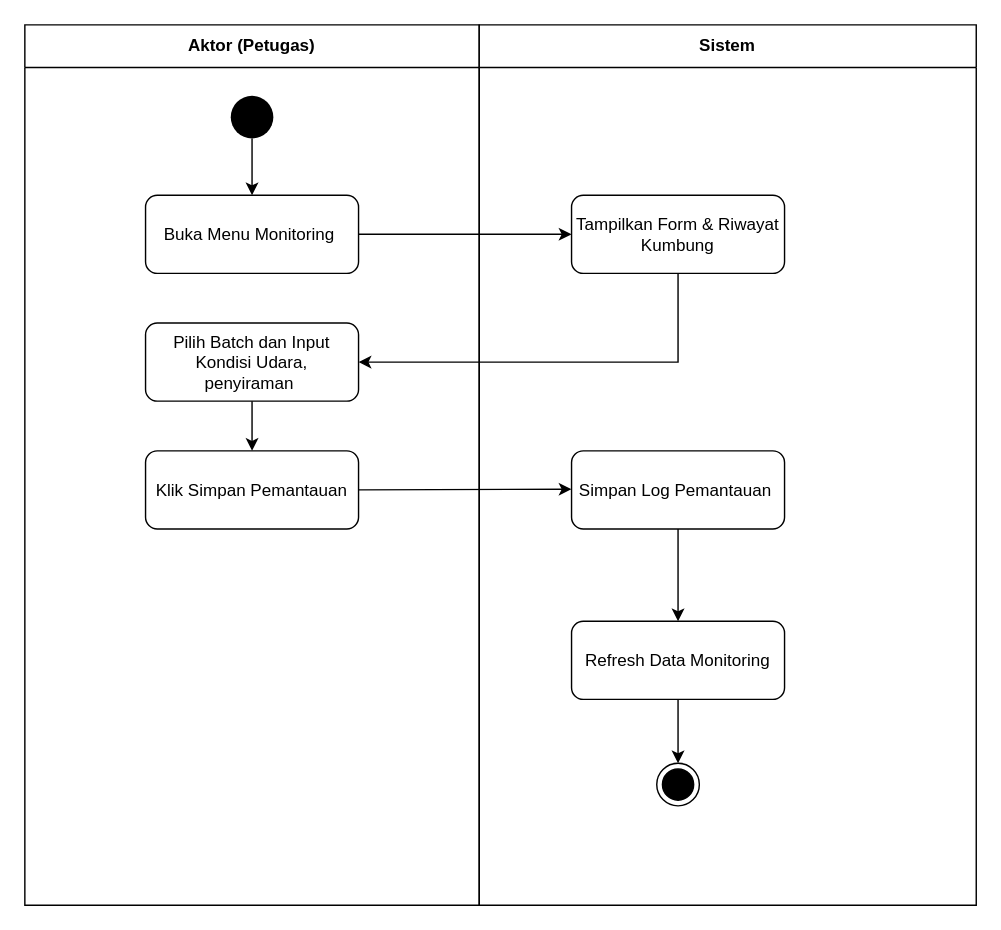
DaraAnggunJelita/jamur_tiram keeps this draw.io diagram as page "Petugas: Monitoring Kumbung" (5 of 16) of activity_diagram_lengkap.drawio. Above is the earlier version. Source tidied: cells renumbered, new cells numbered last; positions are measured from the earlier drawing's top-left corner, leaving out a move shared by most shapes. Both pictures are drawn from the tidied source at 142%, with x=0, y=0 at pixel (24, 24).
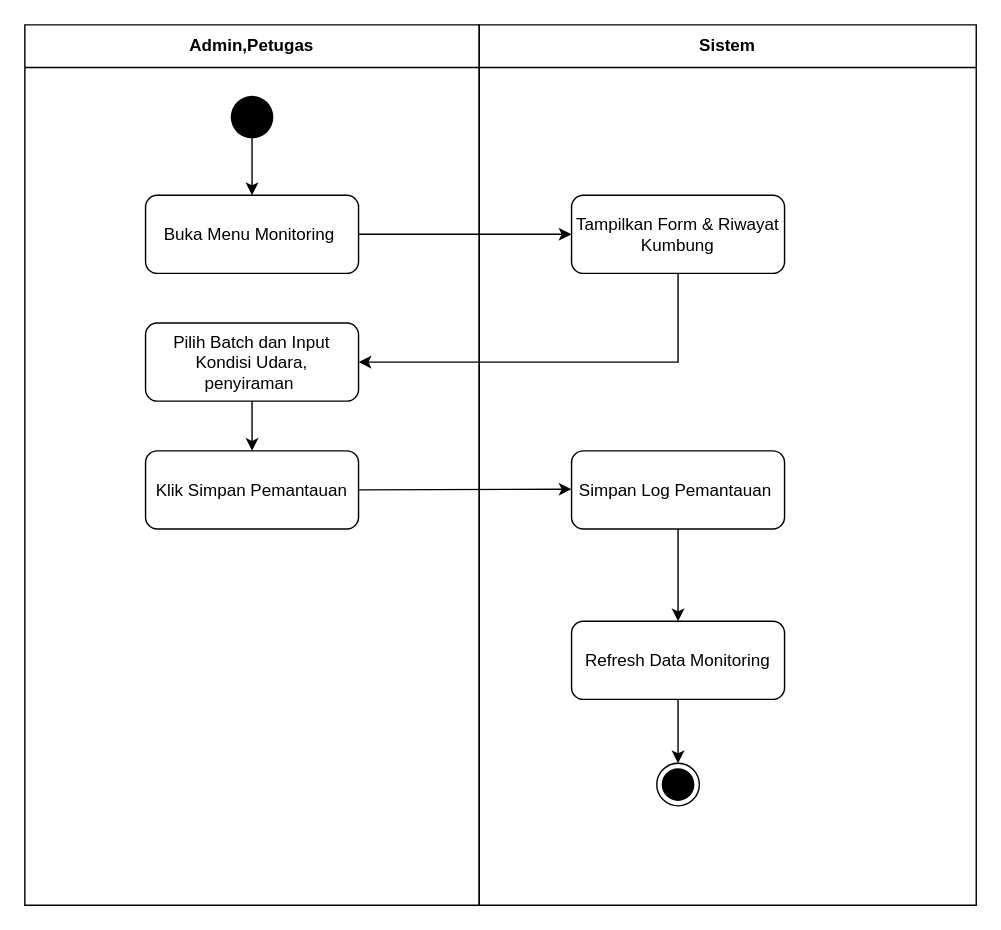
After the change.

What changed in the source:
```diff
@@
-    <mxCell id="2" value="Aktor (Petugas)" style="swimlane;whiteSpace=wrap;html=1;startSize=30;" parent="1" vertex="1">
+    <mxCell id="2" value="Admin,Petugas" style="swimlane;whiteSpace=wrap;html=1;startSize=30;" parent="1" vertex="1">
       <mxGeometry width="320" height="620" as="geometry" />
     </mxCell>
```
